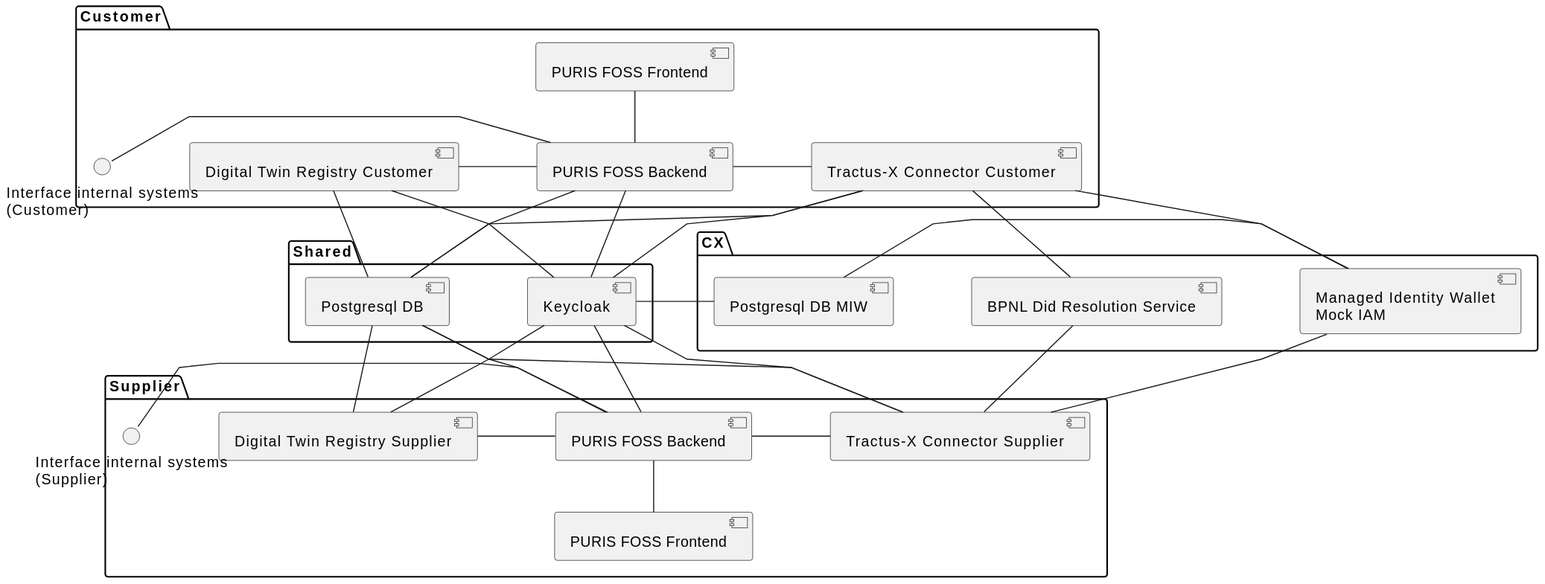
The PlantUML diagram docs/architecture/img/07-deployment.svg in eclipse-tractusx/puris, before a commit.
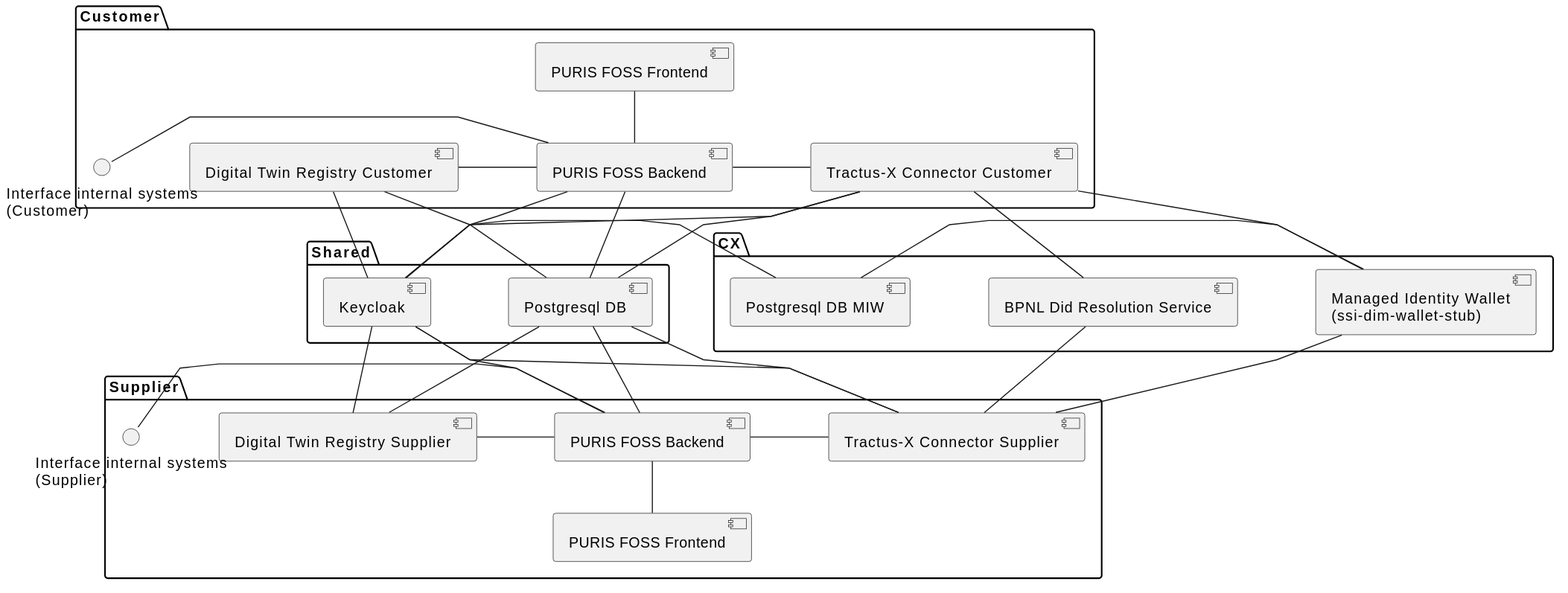
After the change.

Change to the diagram source:
```diff
@@ -33,7 +33,7 @@
 package "CX" {
 
   [Postgresql DB MIW] as pg_miw
-  [Managed Identity Wallet\nMock IAM] as miw
+  [Managed Identity Wallet\n(ssi-dim-wallet-stub)] as miw
   [BPNL Did Resolution Service] as bdrs
 
   keycloak - pg_miw
```
